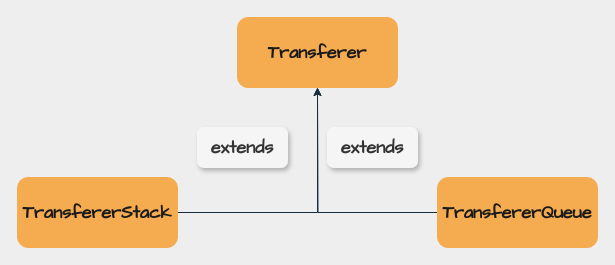
This is page "内部类-Transferer 的副本" (3 of 7) of thread/SynchronousQueue.drawio from mydlxy/draw, a draw.io file, before an edit. Source tidied: cells renumbered, new cells numbered last; positions are measured from the earlier drawing's top-left corner, leaving out a move shared by most shapes. Both pictures are drawn from the tidied source at 100%, with x=0, y=0 at pixel (17, 17).
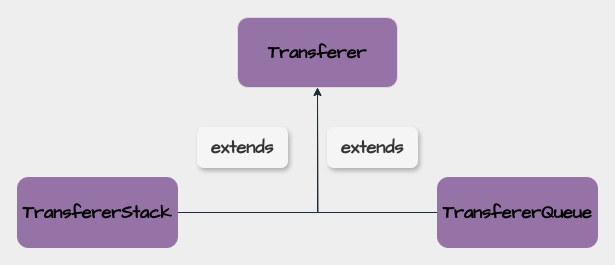
The same page after the edit.

Diff of the diagram source:
```diff
@@
 <mxGraphModel background="#EEEEEE">
   <root>
     <mxCell id="0" />
     <mxCell id="1" parent="0" />
-    <mxCell id="2" value="&lt;b&gt;&lt;font face=&quot;Comic Sans MS&quot; style=&quot;font-size: 18px;&quot;&gt;Transferer&lt;/font&gt;&lt;/b&gt;" style="rounded=1;whiteSpace=wrap;html=1;strokeColor=#F5AB50;fontColor=#1A1A1A;fillColor=#F5AB50;shadow=0;" parent="1" vertex="1">
+    <mxCell id="2" value="&lt;b&gt;&lt;font face=&quot;Comic Sans MS&quot; style=&quot;font-size: 18px;&quot;&gt;Transferer&lt;/font&gt;&lt;/b&gt;" style="rounded=1;whiteSpace=wrap;html=1;strokeColor=#E1D5E7;fillColor=#9673A6;shadow=0;" parent="1" vertex="1">
       <mxGeometry x="220" width="160" height="70" as="geometry" />
     </mxCell>
     <mxCell id="3" style="edgeStyle=orthogonalEdgeStyle;rounded=0;jettySize=auto;html=1;entryX=0.5;entryY=1;entryDx=0;entryDy=0;strokeColor=#182E3E;fontFamily=Comic Sans MS;fontSize=18;fontColor=#1A1A1A;" parent="1" edge="1" source="4" target="2">
       <mxGeometry relative="1" as="geometry" />
     </mxCell>
-    <mxCell id="4" value="&lt;b&gt;&lt;font face=&quot;Comic Sans MS&quot; style=&quot;font-size: 18px;&quot;&gt;TransfererStack&lt;/font&gt;&lt;/b&gt;" style="rounded=1;whiteSpace=wrap;html=1;strokeColor=#F5AB50;fontColor=#1A1A1A;fillColor=#F5AB50;" parent="1" vertex="1">
+    <mxCell id="4" value="&lt;b&gt;&lt;font face=&quot;Comic Sans MS&quot; style=&quot;font-size: 18px;&quot;&gt;TransfererStack&lt;/font&gt;&lt;/b&gt;" style="rounded=1;whiteSpace=wrap;html=1;strokeColor=#9673a6;fillColor=#9673A6;" parent="1" vertex="1">
       <mxGeometry y="160" width="160" height="70" as="geometry" />
     </mxCell>
     <mxCell id="5" style="edgeStyle=orthogonalEdgeStyle;rounded=0;jettySize=auto;html=1;strokeColor=#182E3E;fontFamily=Comic Sans MS;fontSize=18;fontColor=#1A1A1A;" parent="1" edge="1" source="6">
       <mxGeometry relative="1" as="geometry">
         <mxPoint x="300" y="70" as="targetPoint" />
       </mxGeometry>
     </mxCell>
-    <mxCell id="6" value="&lt;b&gt;&lt;font face=&quot;Comic Sans MS&quot; style=&quot;font-size: 18px;&quot;&gt;TransfererQueue&lt;/font&gt;&lt;/b&gt;" style="rounded=1;whiteSpace=wrap;html=1;strokeColor=#F5AB50;fontColor=#1A1A1A;fillColor=#F5AB50;" parent="1" vertex="1">
+    <mxCell id="6" value="&lt;b&gt;&lt;font face=&quot;Comic Sans MS&quot; style=&quot;font-size: 18px;&quot;&gt;TransfererQueue&lt;/font&gt;&lt;/b&gt;" style="rounded=1;whiteSpace=wrap;html=1;strokeColor=#9673A6;fillColor=#9673A6;" parent="1" vertex="1">
       <mxGeometry x="420" y="160" width="160" height="70" as="geometry" />
     </mxCell>
     <mxCell id="7" value="&lt;b&gt;extends&lt;/b&gt;" style="text;html=1;strokeColor=#F5F5F5;fillColor=#F5F5F5;align=center;verticalAlign=middle;whiteSpace=wrap;rounded=1;fontFamily=Comic Sans MS;fontSize=18;fontColor=#333333;shadow=1;" parent="1" vertex="1">
       <mxGeometry x="180" y="110" width="90" height="40" as="geometry" />
     </mxCell>
     <mxCell id="8" value="&lt;b&gt;extends&lt;/b&gt;" style="text;html=1;strokeColor=#F5F5F5;fillColor=#F5F5F5;align=center;verticalAlign=middle;whiteSpace=wrap;rounded=1;fontFamily=Comic Sans MS;fontSize=18;fontColor=#333333;shadow=1;" parent="1" vertex="1">
       <mxGeometry x="310" y="110" width="90" height="40" as="geometry" />
     </mxCell>
   </root>
 </mxGraphModel>
```
